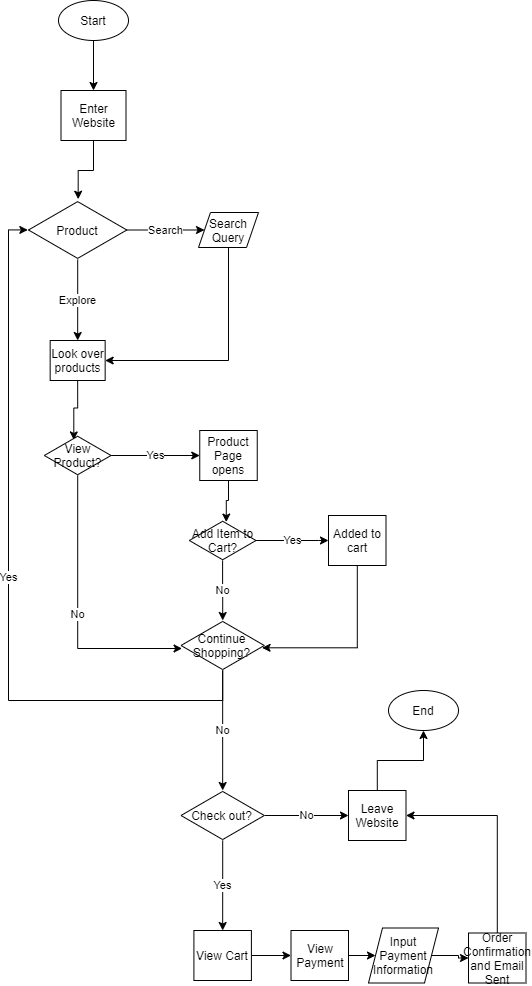
asherbav/wi21-cse110-lab4 keeps this draw.io diagram as part2/part2.drawio.png. Above is the earlier version. Source tidied: cells renumbered, new cells last; positions are measured from the earlier drawing's top-left corner, leaving out a move shared by most shapes.
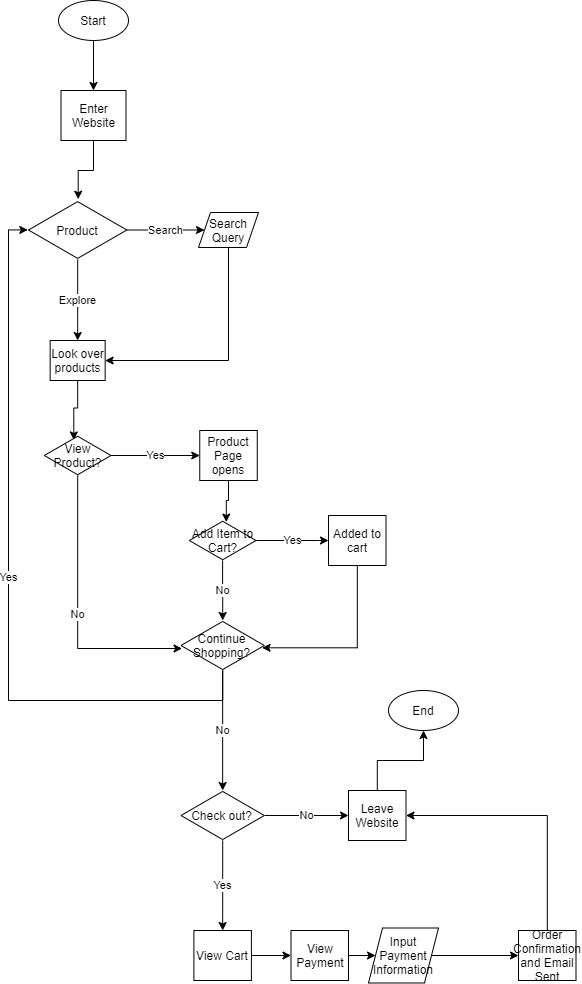
The same diagram one commit later.

The edit, as a diff of the source:
```diff
@@ -119,7 +119,7 @@
     <mxCell id="34" value="View Payment" style="rounded=0;whiteSpace=wrap;html=1;" parent="1" vertex="1">
       <mxGeometry x="282.5" y="930" width="57.5" height="50" as="geometry" />
     </mxCell>
-    <mxCell id="35" style="edgeStyle=orthogonalEdgeStyle;rounded=0;jettySize=auto;html=1;" parent="1" edge="1" source="36" target="38">
+    <mxCell id="35" style="edgeStyle=orthogonalEdgeStyle;rounded=0;jettySize=auto;html=1;entryX=0;entryY=0.5;entryDx=0;entryDy=0;" parent="1" edge="1" source="36" target="38">
       <mxGeometry relative="1" as="geometry" />
     </mxCell>
     <mxCell id="36" value="Input Payment Information" style="shape=parallelogram;perimeter=parallelogramPerimeter;whiteSpace=wrap;html=1;dashed=0;" parent="1" vertex="1">
@@ -128,12 +128,12 @@
     <mxCell id="37" style="edgeStyle=orthogonalEdgeStyle;rounded=0;jettySize=auto;html=1;entryX=1;entryY=0.5;entryDx=0;entryDy=0;" parent="1" edge="1" source="38" target="30">
       <mxGeometry relative="1" as="geometry">
         <Array as="points">
-          <mxPoint x="489" y="815" />
+          <mxPoint x="539" y="815" />
         </Array>
       </mxGeometry>
     </mxCell>
     <mxCell id="38" value="Order Confirmation and Email Sent" style="rounded=0;whiteSpace=wrap;html=1;" parent="1" vertex="1">
-      <mxGeometry x="460" y="932.5" width="57.5" height="50" as="geometry" />
+      <mxGeometry x="510" y="930" width="57.5" height="50" as="geometry" />
     </mxCell>
     <mxCell id="39" value="End" style="ellipse;whiteSpace=wrap;html=1;" parent="1" vertex="1">
       <mxGeometry x="380" y="690" width="70" height="40" as="geometry" />
```
